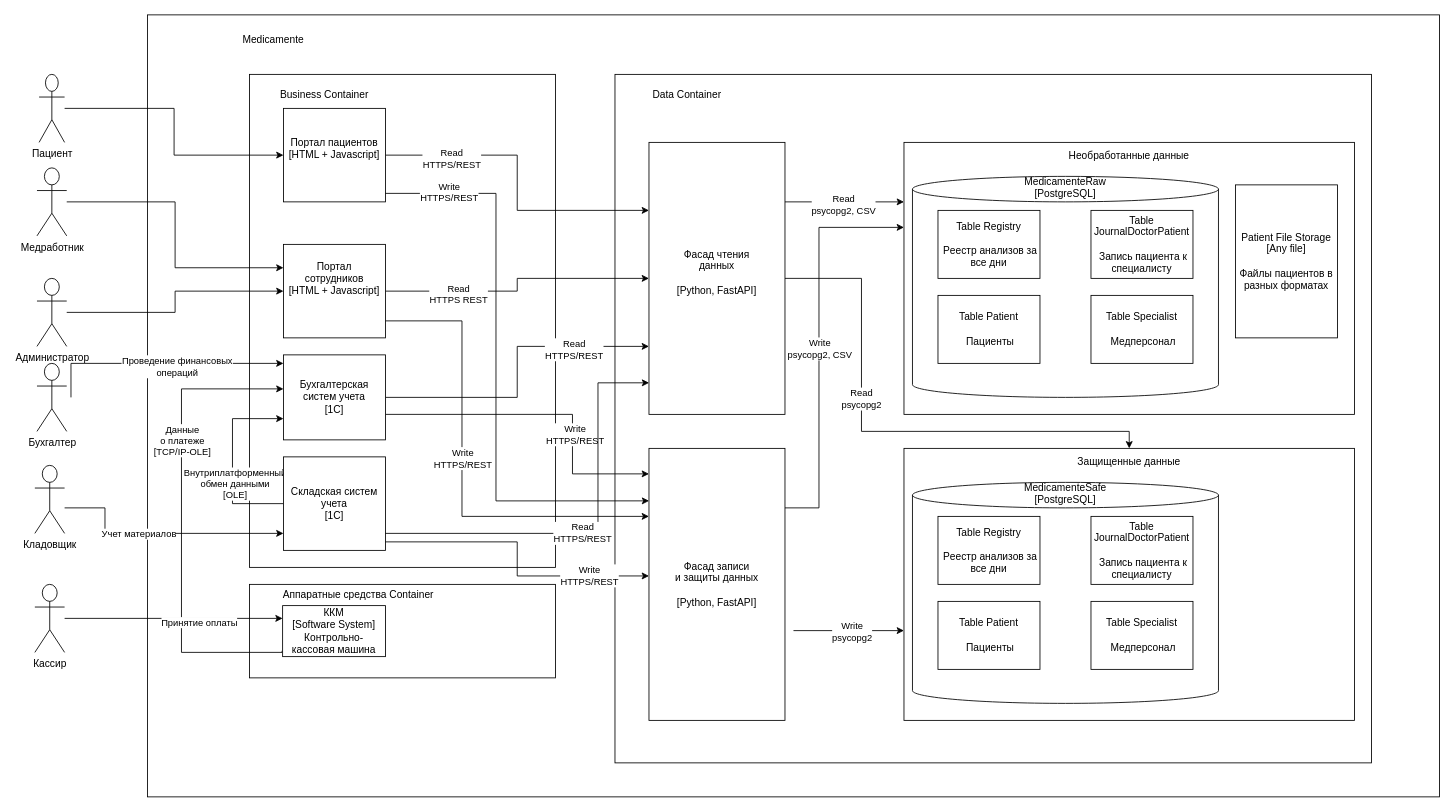
Before: Task2/s10-t2.v2.drawio in sdilman/architecture-medikamente, a draw.io diagram. Source tidied: cells renumbered, new cells numbered last; positions are measured from the earlier drawing's top-left corner, leaving out a move shared by most shapes. Both pictures are drawn from the tidied source at 85%, with x=0, y=0 at pixel (35, 14).
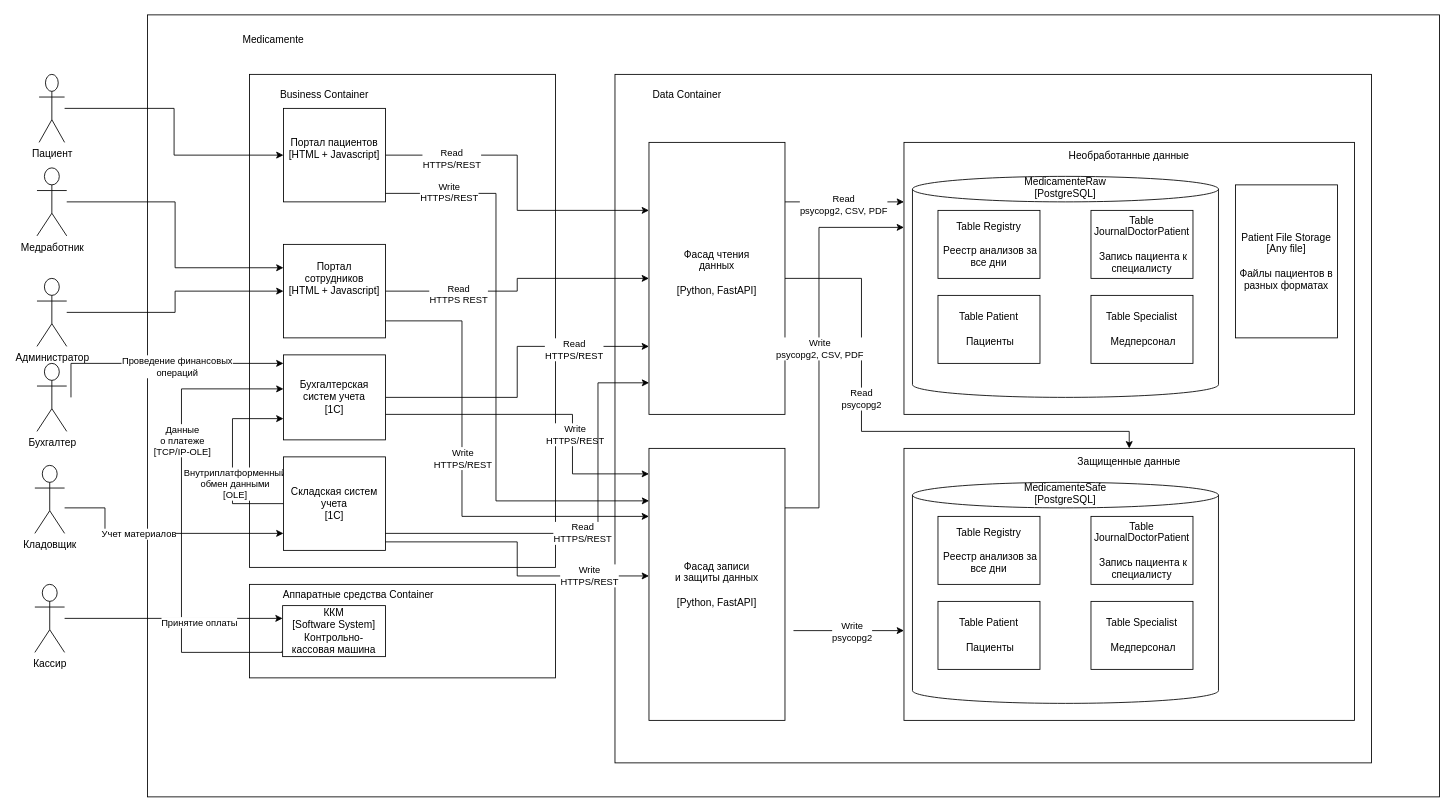
The same diagram, later.

Unchanged cells that the change refers to:
```xml
<mxCell id="5" style="edgeStyle=orthogonalEdgeStyle;rounded=0;jettySize=auto;html=1;" parent="1" edge="1" source="11" target="7">
  <mxGeometry relative="1" as="geometry">
    <Array as="points">
      <mxPoint x="922" y="220" />
      <mxPoint x="922" y="220" />
    </Array>
  </mxGeometry>
</mxCell>
<mxCell id="12" style="edgeStyle=orthogonalEdgeStyle;rounded=0;jettySize=auto;html=1;" parent="1" edge="1" source="16" target="7">
  <mxGeometry relative="1" as="geometry">
    <Array as="points">
      <mxPoint x="922" y="580" />
      <mxPoint x="922" y="250" />
    </Array>
  </mxGeometry>
</mxCell>
```

The edit, as a diff of the source:
```diff
@@
-    <mxCell id="6" value="Read&lt;div&gt;psyco&lt;span style=&quot;background-color: light-dark(#ffffff, var(--ge-dark-color, #121212)); color: light-dark(rgb(0, 0, 0), rgb(255, 255, 255));&quot;&gt;pg2, CSV&lt;/span&gt;&lt;/div&gt;" style="edgeLabel;html=1;align=center;verticalAlign=middle;" parent="5" vertex="1">
+    <mxCell id="6" value="Read&lt;div&gt;psyco&lt;span style=&quot;background-color: light-dark(#ffffff, var(--ge-dark-color, #121212)); color: light-dark(rgb(0, 0, 0), rgb(255, 255, 255));&quot;&gt;pg2, CSV, PDF&lt;/span&gt;&lt;/div&gt;" style="edgeLabel;html=1;align=center;verticalAlign=middle;" parent="5" vertex="1">
       <mxGeometry x="-0.03" y="-3" relative="1" as="geometry" />
     </mxCell>
@@
-    <mxCell id="13" value="Write&lt;div&gt;psyco&lt;span style=&quot;color: light-dark(rgb(0, 0, 0), rgb(255, 255, 255)); background-color: light-dark(#ffffff, var(--ge-dark-color, #121212));&quot;&gt;pg2, CSV&lt;/span&gt;&lt;/div&gt;" style="edgeLabel;html=1;align=center;verticalAlign=middle;" parent="12" vertex="1">
+    <mxCell id="13" value="Write&lt;div&gt;psyco&lt;span style=&quot;color: light-dark(rgb(0, 0, 0), rgb(255, 255, 255)); background-color: light-dark(#ffffff, var(--ge-dark-color, #121212));&quot;&gt;pg2, CSV, PDF&lt;/span&gt;&lt;/div&gt;" style="edgeLabel;html=1;align=center;verticalAlign=middle;" parent="12" vertex="1">
       <mxGeometry x="-0.03" relative="1" as="geometry" />
     </mxCell>
```
